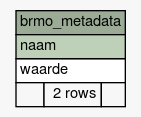
Earlier version of the Graphviz export datamodel/schemaspy/diagrams/summary/brmo_metadata.1degree.png (B3Partners/brmo). Its source is kept beside it as datamodel/schemaspy/diagrams/summary/brmo_metadata.1degree.dot. The source it was exported from:
```dot
digraph "brmo_metadata" {
  graph [
    rankdir="RL"
    bgcolor="#f7f7f7"
    nodesep="0.18"
    ranksep="0.46"
    fontname="Helvetica"
    fontsize="11"
  ];
  node [
    fontname="Helvetica"
    fontsize="11"
    shape="plaintext"
  ];
  edge [
    arrowsize="0.8"
  ];
  "brmo_metadata" [
    label=<
    <TABLE BORDER="0" CELLBORDER="1" CELLSPACING="0" BGCOLOR="#ffffff">
      <TR><TD COLSPAN="3" BGCOLOR="#9bab96" ALIGN="CENTER">brmo_metadata</TD></TR>
      <TR><TD PORT="naam" COLSPAN="3" BGCOLOR="#bed1b8" ALIGN="LEFT">naam</TD></TR>
      <TR><TD PORT="waarde" COLSPAN="3" ALIGN="LEFT">waarde</TD></TR>
      <TR><TD ALIGN="LEFT" BGCOLOR="#f7f7f7">  </TD><TD ALIGN="RIGHT" BGCOLOR="#f7f7f7">2 rows</TD><TD ALIGN="RIGHT" BGCOLOR="#f7f7f7">  </TD></TR>
    </TABLE>>
    URL="tables/brmo_metadata.html"
    tooltip="brmo_metadata"
  ];
}
```
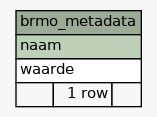
After the commit.

Diff of the diagram source:
```diff
@@ -21,7 +21,7 @@
       <TR><TD COLSPAN="3" BGCOLOR="#9bab96" ALIGN="CENTER">brmo_metadata</TD></TR>
       <TR><TD PORT="naam" COLSPAN="3" BGCOLOR="#bed1b8" ALIGN="LEFT">naam</TD></TR>
       <TR><TD PORT="waarde" COLSPAN="3" ALIGN="LEFT">waarde</TD></TR>
-      <TR><TD ALIGN="LEFT" BGCOLOR="#f7f7f7">  </TD><TD ALIGN="RIGHT" BGCOLOR="#f7f7f7">2 rows</TD><TD ALIGN="RIGHT" BGCOLOR="#f7f7f7">  </TD></TR>
+      <TR><TD ALIGN="LEFT" BGCOLOR="#f7f7f7">  </TD><TD ALIGN="RIGHT" BGCOLOR="#f7f7f7">1 row</TD><TD ALIGN="RIGHT" BGCOLOR="#f7f7f7">  </TD></TR>
     </TABLE>>
     URL="tables/brmo_metadata.html"
     tooltip="brmo_metadata"
```
